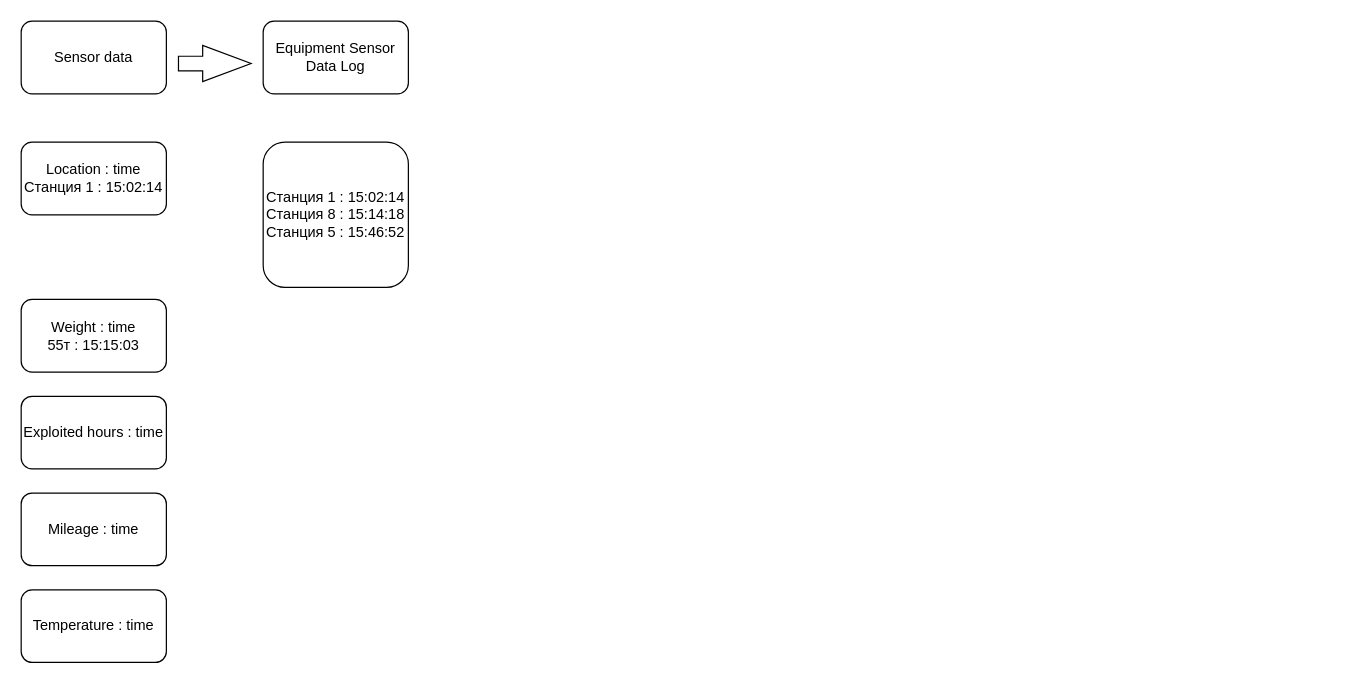
The draw.io diagram sensor_to_business_oper.drawio in tvolodi/abitech, before the edit. Source tidied: cells renumbered, new cells numbered last; positions are measured from the earlier drawing's top-left corner, leaving out a move shared by most shapes. Both pictures are drawn from the tidied source at 121%, with x=0, y=0 at pixel (21, 21).
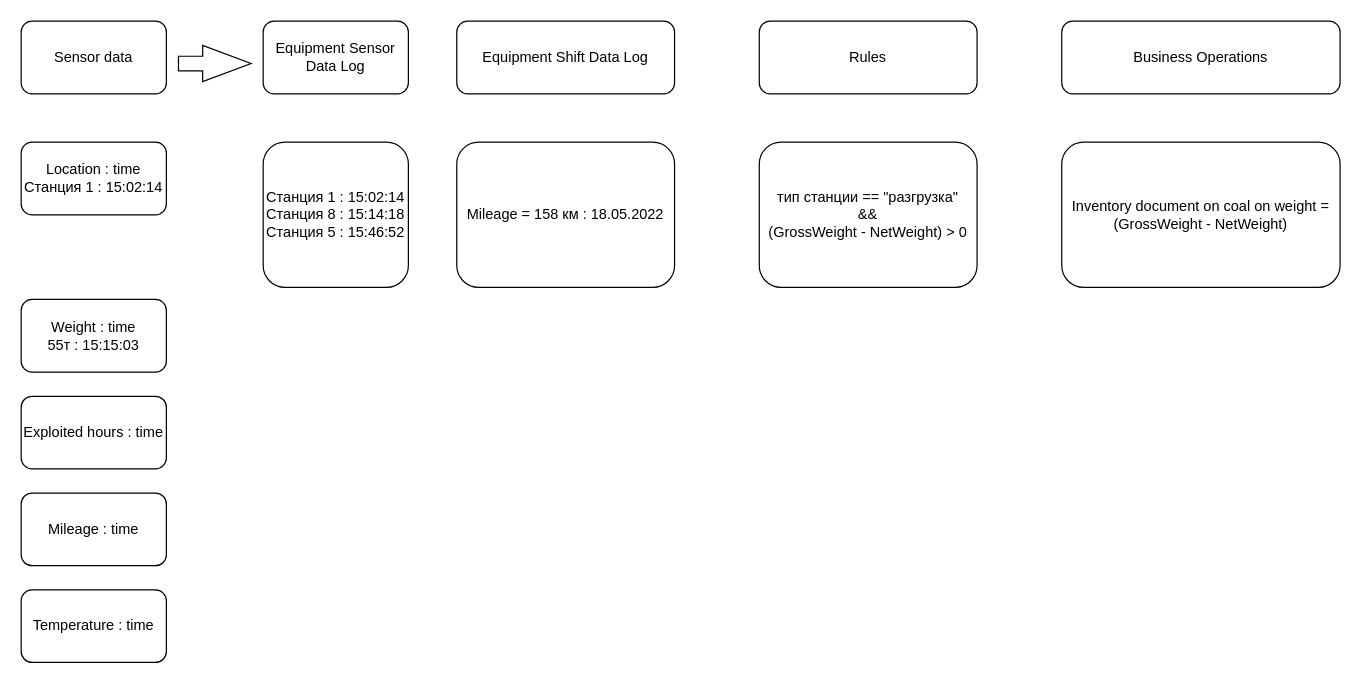
The same page after the edit.

Diff of the diagram source:
```diff
@@
 <mxGraphModel>
   <root>
     <mxCell id="0" />
     <mxCell id="1" parent="0" />
     <mxCell id="2" value="Sensor data" style="rounded=1;whiteSpace=wrap;html=1;" parent="1" vertex="1">
       <mxGeometry width="120" height="60" as="geometry" />
     </mxCell>
     <mxCell id="3" value="Location : time&lt;br&gt;Станция 1 : 15:02:14" style="rounded=1;whiteSpace=wrap;html=1;" parent="1" vertex="1">
       <mxGeometry y="100" width="120" height="60" as="geometry" />
     </mxCell>
     <mxCell id="4" value="Weight : time&lt;br&gt;55т : 15:15:03" style="rounded=1;whiteSpace=wrap;html=1;" parent="1" vertex="1">
       <mxGeometry y="230" width="120" height="60" as="geometry" />
     </mxCell>
     <mxCell id="5" value="Exploited hours : time" style="rounded=1;whiteSpace=wrap;html=1;" parent="1" vertex="1">
       <mxGeometry y="310" width="120" height="60" as="geometry" />
     </mxCell>
     <mxCell id="6" value="Mileage : time" style="rounded=1;whiteSpace=wrap;html=1;" parent="1" vertex="1">
       <mxGeometry y="390" width="120" height="60" as="geometry" />
     </mxCell>
     <mxCell id="7" value="Temperature : time" style="rounded=1;whiteSpace=wrap;html=1;" parent="1" vertex="1">
       <mxGeometry y="470" width="120" height="60" as="geometry" />
     </mxCell>
     <mxCell id="8" value="Equipment Sensor Data Log" style="rounded=1;whiteSpace=wrap;html=1;" parent="1" vertex="1">
       <mxGeometry x="200" width="120" height="60" as="geometry" />
     </mxCell>
     <mxCell id="9" style="html=1;shadow=0;dashed=0;align=center;verticalAlign=middle;shape=mxgraph.arrows2.arrow;dy=0.6;dx=40;notch=0;" parent="1" vertex="1">
       <mxGeometry x="130" y="20" width="60" height="30" as="geometry" />
     </mxCell>
     <mxCell id="10" value="Станция 1 : 15:02:14&lt;br&gt;Станция 8 : 15:14:18&lt;br&gt;Станция 5 : 15:46:52" style="rounded=1;whiteSpace=wrap;html=1;" parent="1" vertex="1">
       <mxGeometry x="200" y="100" width="120" height="120" as="geometry" />
     </mxCell>
+    <mxCell id="11" value="Rules" style="rounded=1;whiteSpace=wrap;html=1;" parent="1" vertex="1">
+      <mxGeometry x="610" width="180" height="60" as="geometry" />
+    </mxCell>
+    <mxCell id="12" value="тип станции == &quot;разгрузка&quot;&lt;br&gt;&amp;amp;&amp;amp;&lt;br&gt;(GrossWeight - NetWeight) &amp;gt; 0" style="rounded=1;whiteSpace=wrap;html=1;" parent="1" vertex="1">
+      <mxGeometry x="610" y="100" width="180" height="120" as="geometry" />
+    </mxCell>
+    <mxCell id="13" value="Business Operations" style="rounded=1;whiteSpace=wrap;html=1;" parent="1" vertex="1">
+      <mxGeometry x="860" width="230" height="60" as="geometry" />
+    </mxCell>
+    <mxCell id="14" value="Inventory document on coal on weight = (GrossWeight - NetWeight)" style="rounded=1;whiteSpace=wrap;html=1;" parent="1" vertex="1">
+      <mxGeometry x="860" y="100" width="230" height="120" as="geometry" />
+    </mxCell>
+    <mxCell id="15" value="Equipment Shift Data Log" style="rounded=1;whiteSpace=wrap;html=1;" parent="1" vertex="1">
+      <mxGeometry x="360" width="180" height="60" as="geometry" />
+    </mxCell>
+    <mxCell id="16" value="Mileage = 158 км : 18.05.2022" style="rounded=1;whiteSpace=wrap;html=1;" parent="1" vertex="1">
+      <mxGeometry x="360" y="100" width="180" height="120" as="geometry" />
+    </mxCell>
   </root>
 </mxGraphModel>
```
